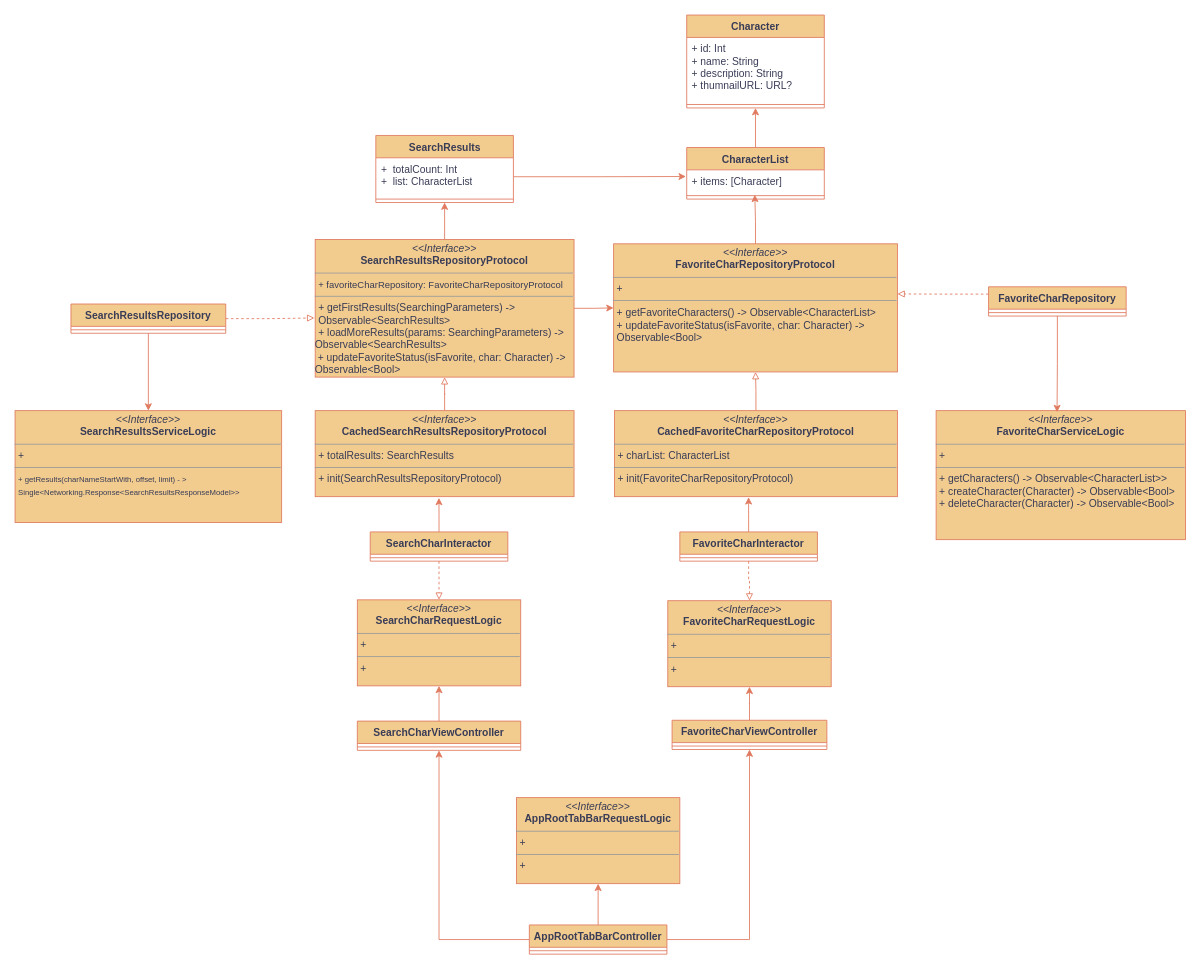
gookhee/diagrams keeps this draw.io diagram as page "앱 전반" (1 of 2) of Characters.drawio. Above is the earlier version. Source tidied: cells renumbered, new cells numbered last; positions are measured from the earlier drawing's top-left corner, leaving out a move shared by most shapes. Both pictures are drawn from the tidied source at 86%, with x=0, y=0 at pixel (15, 15).
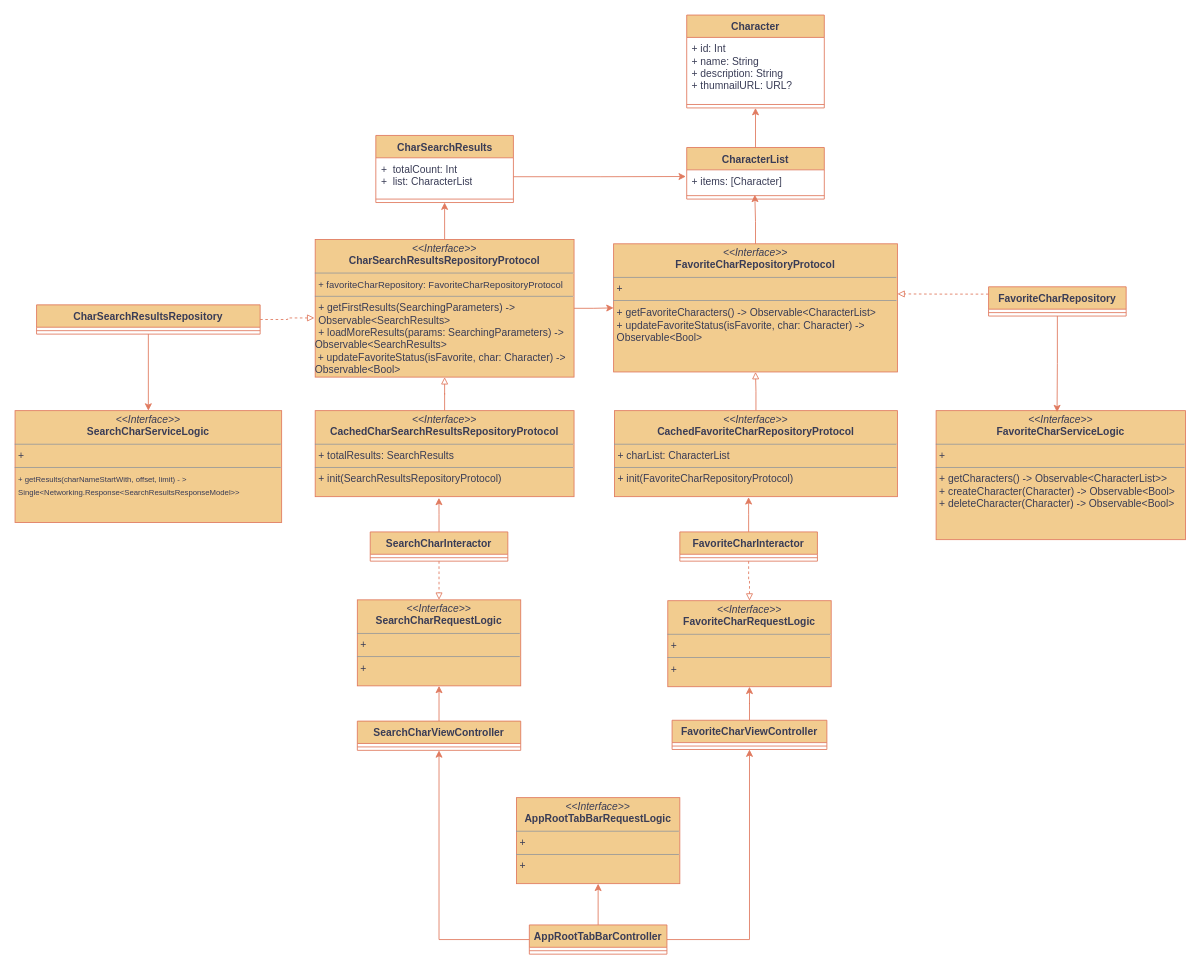
After the change.

What changed in the source:
```diff
@@
-    <mxCell id="23" value="&lt;p style=&quot;margin:0px;margin-top:4px;text-align:center;&quot;&gt;&lt;i&gt;&amp;lt;&amp;lt;Interface&amp;gt;&amp;gt;&lt;/i&gt;&lt;br&gt;&lt;b&gt;CachedSearchResultsRepositoryProtocol&lt;/b&gt;&lt;/p&gt;&lt;hr size=&quot;1&quot;&gt;&lt;p style=&quot;margin:0px;margin-left:4px;&quot;&gt;+ totalResults: SearchResults&lt;br&gt;&lt;/p&gt;&lt;hr size=&quot;1&quot;&gt;&lt;p style=&quot;margin:0px;margin-left:4px;&quot;&gt;+ init(SearchResultsRepositoryProtocol)&lt;br&gt;&lt;/p&gt;" style="verticalAlign=top;align=left;overflow=fill;fontSize=12;fontFamily=Helvetica;html=1;whiteSpace=wrap;labelBackgroundColor=none;fillColor=#F2CC8F;strokeColor=#E07A5F;fontColor=#393C56;" parent="1" vertex="1">
+    <mxCell id="23" value="&lt;p style=&quot;margin:0px;margin-top:4px;text-align:center;&quot;&gt;&lt;i&gt;&amp;lt;&amp;lt;Interface&amp;gt;&amp;gt;&lt;/i&gt;&lt;br&gt;&lt;b&gt;CachedCharSearchResultsRepositoryProtocol&lt;/b&gt;&lt;/p&gt;&lt;hr size=&quot;1&quot;&gt;&lt;p style=&quot;margin:0px;margin-left:4px;&quot;&gt;+ totalResults: SearchResults&lt;br&gt;&lt;/p&gt;&lt;hr size=&quot;1&quot;&gt;&lt;p style=&quot;margin:0px;margin-left:4px;&quot;&gt;+ init(SearchResultsRepositoryProtocol)&lt;br&gt;&lt;/p&gt;" style="verticalAlign=top;align=left;overflow=fill;fontSize=12;fontFamily=Helvetica;html=1;whiteSpace=wrap;labelBackgroundColor=none;fillColor=#F2CC8F;strokeColor=#E07A5F;fontColor=#393C56;" parent="1" vertex="1">
       <mxGeometry x="349" y="460" width="301" height="100" as="geometry" />
     </mxCell>
@@
-    <mxCell id="27" value="&lt;p style=&quot;margin:0px;margin-top:4px;text-align:center;&quot;&gt;&lt;i&gt;&amp;lt;&amp;lt;Interface&amp;gt;&amp;gt;&lt;/i&gt;&lt;br&gt;&lt;b&gt;SearchResultsRepositoryProtocol&lt;/b&gt;&lt;/p&gt;&lt;hr size=&quot;1&quot;&gt;&lt;p style=&quot;margin:0px;margin-left:4px;&quot;&gt;&lt;font style=&quot;font-size: 11px;&quot;&gt;+ favoriteCharRepository: FavoriteCharRepositoryProtocol&lt;/font&gt;&lt;/p&gt;&lt;hr size=&quot;1&quot;&gt;&lt;p style=&quot;margin:0px;margin-left:4px;&quot;&gt;+ getFirstResults(SearchingParameters) -&amp;gt; Observable&amp;lt;SearchResults&amp;gt;&lt;/p&gt;&lt;p style=&quot;margin:0px;margin-left:4px;&quot;&gt;+ loadMoreResults(params: SearchingParameters) -&amp;gt;&amp;nbsp;&lt;/p&gt;Observable&amp;lt;SearchResults&amp;gt;&lt;br&gt;&amp;nbsp;+ updateFavoriteStatus(isFavorite, char: Character) -&amp;gt; Observable&amp;lt;Bool&amp;gt;" style="verticalAlign=top;align=left;overflow=fill;fontSize=12;fontFamily=Helvetica;html=1;whiteSpace=wrap;labelBackgroundColor=none;fillColor=#F2CC8F;strokeColor=#E07A5F;fontColor=#393C56;" parent="1" vertex="1">
+    <mxCell id="27" value="&lt;p style=&quot;margin:0px;margin-top:4px;text-align:center;&quot;&gt;&lt;i&gt;&amp;lt;&amp;lt;Interface&amp;gt;&amp;gt;&lt;/i&gt;&lt;br&gt;&lt;b&gt;CharSearchResultsRepositoryProtocol&lt;/b&gt;&lt;/p&gt;&lt;hr size=&quot;1&quot;&gt;&lt;p style=&quot;margin:0px;margin-left:4px;&quot;&gt;&lt;font style=&quot;font-size: 11px;&quot;&gt;+ favoriteCharRepository: FavoriteCharRepositoryProtocol&lt;/font&gt;&lt;/p&gt;&lt;hr size=&quot;1&quot;&gt;&lt;p style=&quot;margin:0px;margin-left:4px;&quot;&gt;+ getFirstResults(SearchingParameters) -&amp;gt; Observable&amp;lt;SearchResults&amp;gt;&lt;/p&gt;&lt;p style=&quot;margin:0px;margin-left:4px;&quot;&gt;+ loadMoreResults(params: SearchingParameters) -&amp;gt;&amp;nbsp;&lt;/p&gt;Observable&amp;lt;SearchResults&amp;gt;&lt;br&gt;&amp;nbsp;+ updateFavoriteStatus(isFavorite, char: Character) -&amp;gt; Observable&amp;lt;Bool&amp;gt;" style="verticalAlign=top;align=left;overflow=fill;fontSize=12;fontFamily=Helvetica;html=1;whiteSpace=wrap;labelBackgroundColor=none;fillColor=#F2CC8F;strokeColor=#E07A5F;fontColor=#393C56;" parent="1" vertex="1">
       <mxGeometry x="349" y="261" width="301" height="160" as="geometry" />
     </mxCell>
@@
-    <mxCell id="31" value="SearchResultsRepository" style="swimlane;fontStyle=1;align=center;verticalAlign=top;horizontal=1;startSize=26;whiteSpace=wrap;html=1;labelBackgroundColor=none;fillColor=#F2CC8F;strokeColor=#E07A5F;fontColor=#393C56;" parent="1" vertex="1">
-      <mxGeometry x="65" y="336" width="180" height="34" as="geometry" />
+    <mxCell id="31" value="CharSearchResultsRepository" style="swimlane;fontStyle=1;align=center;verticalAlign=top;horizontal=1;startSize=26;whiteSpace=wrap;html=1;labelBackgroundColor=none;fillColor=#F2CC8F;strokeColor=#E07A5F;fontColor=#393C56;" parent="1" vertex="1">
+      <mxGeometry x="25" y="337" width="260" height="34" as="geometry" />
     </mxCell>
     <mxCell id="32" style="line;strokeWidth=1;fillColor=none;align=left;verticalAlign=middle;spacingTop=-1;spacingLeft=3;spacingRight=3;labelPosition=right;strokeColor=#E07A5F;labelBackgroundColor=none;fontColor=#393C56;" parent="31" vertex="1">
-      <mxGeometry y="26" width="180" height="8" as="geometry" />
+      <mxGeometry y="26" width="260" height="8" as="geometry" />
     </mxCell>
-    <mxCell id="33" value="&lt;p style=&quot;margin:0px;margin-top:4px;text-align:center;&quot;&gt;&lt;i&gt;&amp;lt;&amp;lt;Interface&amp;gt;&amp;gt;&lt;/i&gt;&lt;br&gt;&lt;b&gt;SearchResultsServiceLogic&lt;/b&gt;&lt;/p&gt;&lt;hr size=&quot;1&quot;&gt;&lt;p style=&quot;margin:0px;margin-left:4px;&quot;&gt;+&amp;nbsp;&lt;br&gt;&lt;/p&gt;&lt;hr size=&quot;1&quot;&gt;&lt;p style=&quot;margin:0px;margin-left:4px;&quot;&gt;&lt;font style=&quot;font-size: 9px;&quot;&gt;+ getResults(charNameStartWith, offset, limit) - &amp;gt; Single&amp;lt;Networking.Response&amp;lt;SearchResultsResponseModel&amp;gt;&amp;gt;&lt;/font&gt;&lt;br&gt;&lt;/p&gt;" style="verticalAlign=top;align=left;overflow=fill;fontSize=12;fontFamily=Helvetica;html=1;whiteSpace=wrap;labelBackgroundColor=none;fillColor=#F2CC8F;strokeColor=#E07A5F;fontColor=#393C56;" parent="1" vertex="1">
+    <mxCell id="33" value="&lt;p style=&quot;margin:0px;margin-top:4px;text-align:center;&quot;&gt;&lt;i&gt;&amp;lt;&amp;lt;Interface&amp;gt;&amp;gt;&lt;/i&gt;&lt;br&gt;&lt;b&gt;SearchCharServiceLogic&lt;/b&gt;&lt;/p&gt;&lt;hr size=&quot;1&quot;&gt;&lt;p style=&quot;margin:0px;margin-left:4px;&quot;&gt;+&amp;nbsp;&lt;br&gt;&lt;/p&gt;&lt;hr size=&quot;1&quot;&gt;&lt;p style=&quot;margin:0px;margin-left:4px;&quot;&gt;&lt;font style=&quot;font-size: 9px;&quot;&gt;+ getResults(charNameStartWith, offset, limit) - &amp;gt; Single&amp;lt;Networking.Response&amp;lt;SearchResultsResponseModel&amp;gt;&amp;gt;&lt;/font&gt;&lt;br&gt;&lt;/p&gt;" style="verticalAlign=top;align=left;overflow=fill;fontSize=12;fontFamily=Helvetica;html=1;whiteSpace=wrap;labelBackgroundColor=none;fillColor=#F2CC8F;strokeColor=#E07A5F;fontColor=#393C56;" parent="1" vertex="1">
       <mxGeometry y="460" width="310" height="130" as="geometry" />
     </mxCell>
@@
-    <mxCell id="43" value="SearchResults" style="swimlane;fontStyle=1;align=center;verticalAlign=top;horizontal=1;startSize=26;whiteSpace=wrap;html=1;labelBackgroundColor=none;fillColor=#F2CC8F;strokeColor=#E07A5F;fontColor=#393C56;" parent="1" vertex="1">
+    <mxCell id="43" value="CharSearchResults" style="swimlane;fontStyle=1;align=center;verticalAlign=top;horizontal=1;startSize=26;whiteSpace=wrap;html=1;labelBackgroundColor=none;fillColor=#F2CC8F;strokeColor=#E07A5F;fontColor=#393C56;" parent="1" vertex="1">
       <mxGeometry x="419.5" y="140" width="160" height="78" as="geometry" />
     </mxCell>
```
